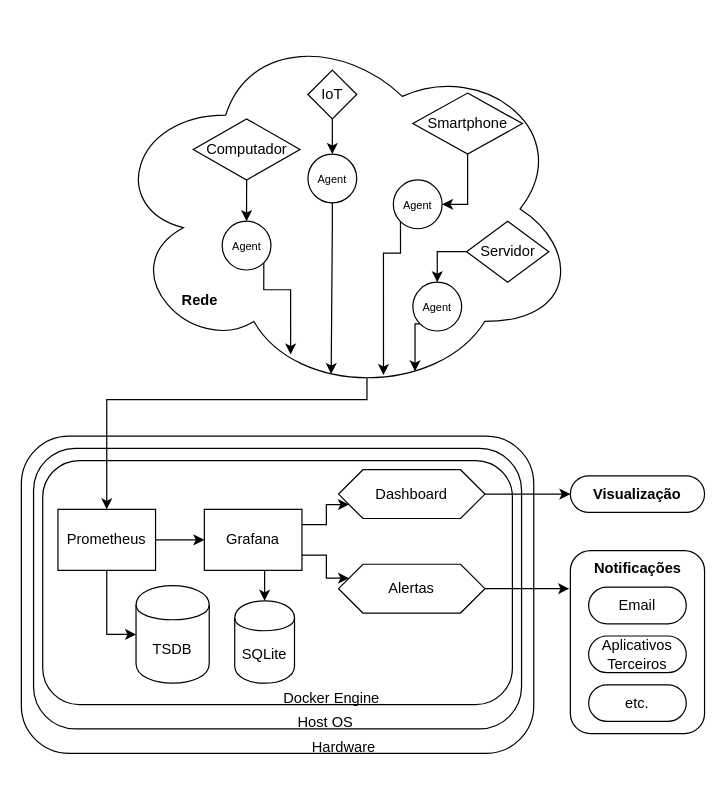
Earlier version of the draw.io diagram texto/Diagrams/v3-prometheus/v3_diagram_with_layers.drawio (vitorco7/saturmon). Source tidied: cells renumbered, new cells numbered last; positions are measured from the earlier drawing's top-left corner, leaving out a move shared by most shapes. Both pictures are drawn from the tidied source at 122%, with x=0, y=0 at pixel (21, 21).
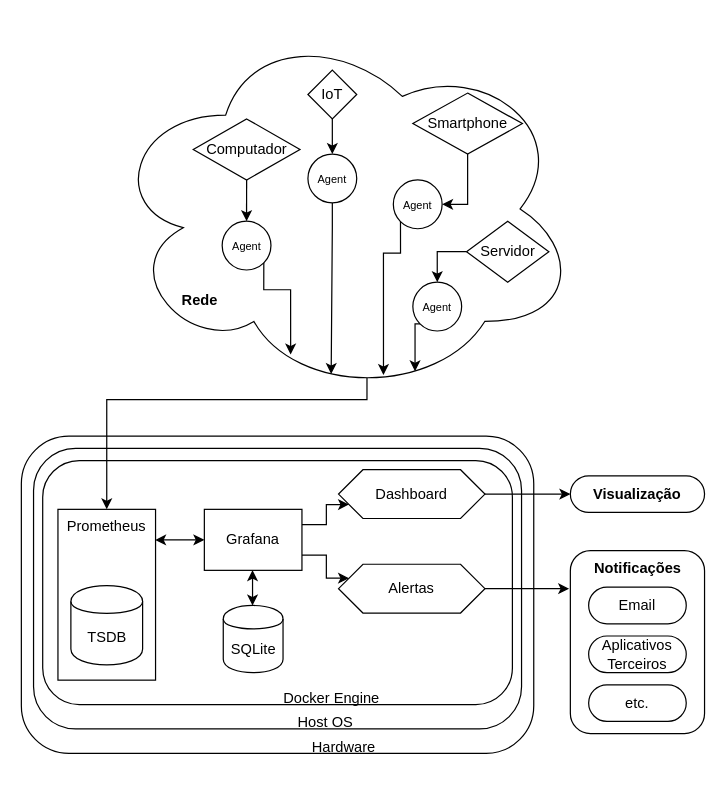
The same diagram, later.

The change refers to these unchanged cells:
```xml
<mxCell id="6" style="ellipse;shape=cloud;whiteSpace=wrap;html=1;rotation=0;shadow=0;" parent="1" vertex="1">
  <mxGeometry x="70.9" width="386.2" height="307.5" as="geometry" />
</mxCell>
<mxCell id="13" value="&lt;div&gt;Grafana&lt;/div&gt;" style="html=1;whiteSpace=wrap;shadow=0;" parent="1" vertex="1">
  <mxGeometry x="150" y="400" width="80" height="50" as="geometry" />
</mxCell>
```

Change to the diagram source:
```diff
@@
-    <mxCell id="5" style="edgeStyle=orthogonalEdgeStyle;rounded=0;jettySize=auto;html=1;exitX=0.55;exitY=0.95;exitDx=0;exitDy=0;exitPerimeter=0;entryX=0.5;entryY=0;entryDx=0;entryDy=0;shadow=0;" parent="1" edge="1" source="6" target="9">
+    <mxCell id="5" style="edgeStyle=orthogonalEdgeStyle;rounded=0;jettySize=auto;html=1;exitX=0.55;exitY=0.95;exitDx=0;exitDy=0;exitPerimeter=0;entryX=0.5;entryY=0;entryDx=0;entryDy=0;shadow=0;" parent="1" edge="1" source="6">
       <mxGeometry relative="1" as="geometry">
+        <mxPoint x="70" y="400" as="targetPoint" />
         <Array as="points">
           <mxPoint x="283" y="310" />
           <mxPoint x="70" y="310" />
         </Array>
       </mxGeometry>
     </mxCell>
@@
-    <mxCell id="7" style="edgeStyle=orthogonalEdgeStyle;rounded=0;jettySize=auto;html=1;exitX=0.5;exitY=1;exitDx=0;exitDy=0;entryX=0;entryY=0.5;entryDx=0;entryDy=0;shadow=0;" parent="1" edge="1" source="9" target="14">
-      <mxGeometry relative="1" as="geometry" />
-    </mxCell>
-    <mxCell id="8" style="edgeStyle=orthogonalEdgeStyle;rounded=0;jettySize=auto;html=1;exitX=1;exitY=0.5;exitDx=0;exitDy=0;entryX=0;entryY=0.5;entryDx=0;entryDy=0;shadow=0;" parent="1" edge="1" source="9" target="13">
-      <mxGeometry relative="1" as="geometry" />
-    </mxCell>
-    <mxCell id="9" value="Prometheus" style="html=1;whiteSpace=wrap;shadow=0;" parent="1" vertex="1">
-      <mxGeometry x="30" y="400" width="80" height="50" as="geometry" />
-    </mxCell>
@@
-    <mxCell id="12" style="edgeStyle=orthogonalEdgeStyle;rounded=0;jettySize=auto;html=1;exitX=0.5;exitY=1;exitDx=0;exitDy=0;entryX=0.5;entryY=0;entryDx=0;entryDy=0;shadow=0;" parent="1" edge="1" source="13" target="45">
-      <mxGeometry relative="1" as="geometry" />
-    </mxCell>
@@
-    <mxCell id="14" value="TSDB" style="shape=cylinder;whiteSpace=wrap;html=1;boundedLbl=1;backgroundOutline=1;shadow=0;" parent="1" vertex="1">
-      <mxGeometry x="94" y="462.5" width="60" height="80" as="geometry" />
-    </mxCell>
@@
+    <mxCell id="8" style="edgeStyle=orthogonalEdgeStyle;rounded=0;jettySize=auto;html=1;exitX=0.996;exitY=0.179;exitDx=0;exitDy=0;entryX=0;entryY=0.5;entryDx=0;entryDy=0;startArrow=classic;startFill=1;exitPerimeter=0;" parent="1" edge="1" source="9" target="13">
+      <mxGeometry relative="1" as="geometry" />
+    </mxCell>
+    <mxCell id="9" value="Prometheus" style="html=1;whiteSpace=wrap;shadow=0;verticalAlign=top;" parent="1" vertex="1">
+      <mxGeometry x="30" y="400" width="80" height="140" as="geometry" />
+    </mxCell>
+    <mxCell id="14" value="TSDB" style="shape=cylinder;whiteSpace=wrap;html=1;boundedLbl=1;backgroundOutline=1;shadow=0;" parent="1" vertex="1">
+      <mxGeometry x="40.6" y="462.5" width="58.8" height="65" as="geometry" />
+    </mxCell>
     <mxCell id="45" value="SQLite" style="shape=cylinder;whiteSpace=wrap;html=1;boundedLbl=1;backgroundOutline=1;shadow=0;" parent="1" vertex="1">
-      <mxGeometry x="174.9" y="475" width="49" height="67.5" as="geometry" />
+      <mxGeometry x="165.5" y="478.8" width="49" height="55" as="geometry" />
     </mxCell>
+    <mxCell id="46" style="edgeStyle=orthogonalEdgeStyle;rounded=0;orthogonalLoop=1;jettySize=auto;html=1;exitX=0.5;exitY=1;exitDx=0;exitDy=0;entryX=0.5;entryY=0;entryDx=0;entryDy=0;startArrow=classic;startFill=1;" parent="1" edge="1">
+      <mxGeometry relative="1" as="geometry">
+        <mxPoint x="189.5" y="449.8" as="sourcePoint" />
+        <mxPoint x="189.5" y="478.8" as="targetPoint" />
+      </mxGeometry>
+    </mxCell>
```
